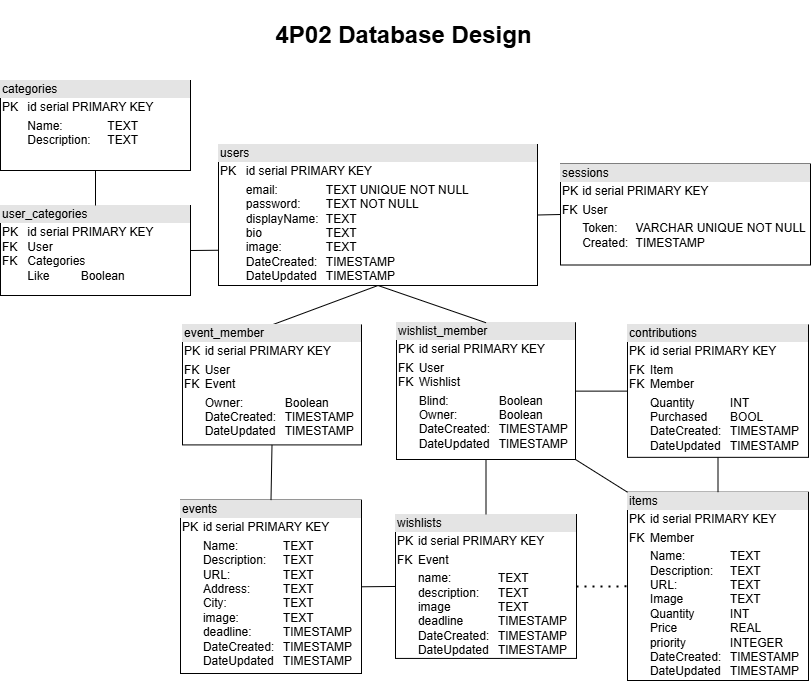
Earlier version of the draw.io export backend/4P02-Database-UML.png (Nicholas-Parise/4P02-course-project). Source tidied: cells renumbered, new cells last; positions are measured from the earlier drawing's top-left corner, leaving out a move shared by most shapes.
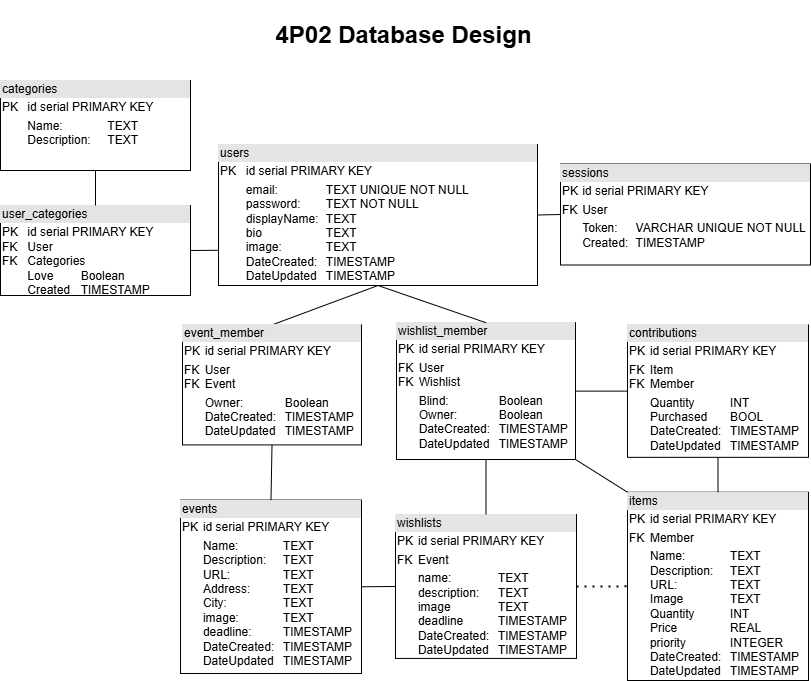
The same file after the commit.

Commit message:
fixed the return values and added another column to database

Diff of the diagram source:
```diff
@@ -11,7 +11,7 @@
     <mxCell id="4" value="&lt;div style=&quot;box-sizing: border-box; width: 100%; background: rgb(228, 228, 228); padding: 2px;&quot;&gt;categories&lt;/div&gt;&lt;table style=&quot;width:100%;font-size:1em;&quot; cellpadding=&quot;2&quot; cellspacing=&quot;0&quot;&gt;&lt;tbody&gt;&lt;tr&gt;&lt;td&gt;PK&lt;br&gt;&lt;/td&gt;&lt;td&gt;id serial PRIMARY KEY&lt;br&gt;&lt;/td&gt;&lt;/tr&gt;&lt;tr&gt;&lt;td&gt;&lt;br&gt;&lt;/td&gt;&lt;td&gt;Name:&lt;span style=&quot;white-space: pre;&quot;&gt;&#9;&lt;span style=&quot;white-space: pre;&quot;&gt;&#9;&lt;/span&gt;&lt;/span&gt;TEXT&lt;br&gt;Description:&lt;span style=&quot;white-space: pre;&quot;&gt;&#9;&lt;/span&gt;TEXT&lt;br&gt;&lt;/td&gt;&lt;/tr&gt;&lt;tr&gt;&lt;td&gt;&lt;/td&gt;&lt;td&gt;&lt;br&gt;&lt;/td&gt;&lt;/tr&gt;&lt;/tbody&gt;&lt;/table&gt;" style="verticalAlign=top;align=left;overflow=fill;html=1;whiteSpace=wrap;" parent="1" vertex="1">
       <mxGeometry y="80" width="190" height="90" as="geometry" />
     </mxCell>
-    <mxCell id="5" value="&lt;div style=&quot;box-sizing: border-box; width: 100%; background: rgb(228, 228, 228); padding: 2px;&quot;&gt;user_categories&lt;/div&gt;&lt;table style=&quot;width:100%;font-size:1em;&quot; cellpadding=&quot;2&quot; cellspacing=&quot;0&quot;&gt;&lt;tbody&gt;&lt;tr&gt;&lt;td&gt;PK&lt;br&gt;FK&lt;br&gt;FK&lt;br&gt;&lt;br&gt;&lt;/td&gt;&lt;td&gt;id serial PRIMARY KEY&lt;br&gt;User&lt;br&gt;Categories&lt;br&gt;Like&lt;span style=&quot;white-space: pre;&quot;&gt;&#9;&lt;/span&gt;&lt;span style=&quot;white-space: pre;&quot;&gt;&#9;&lt;/span&gt;Boolean&lt;/td&gt;&lt;/tr&gt;&lt;tr&gt;&lt;td&gt;&lt;/td&gt;&lt;td&gt;&lt;br&gt;&lt;/td&gt;&lt;/tr&gt;&lt;/tbody&gt;&lt;/table&gt;" style="verticalAlign=top;align=left;overflow=fill;html=1;whiteSpace=wrap;" parent="1" vertex="1">
+    <mxCell id="5" value="&lt;div style=&quot;box-sizing: border-box; width: 100%; background: rgb(228, 228, 228); padding: 2px;&quot;&gt;user_categories&lt;/div&gt;&lt;table style=&quot;width:100%;font-size:1em;&quot; cellpadding=&quot;2&quot; cellspacing=&quot;0&quot;&gt;&lt;tbody&gt;&lt;tr&gt;&lt;td&gt;PK&lt;br&gt;FK&lt;br&gt;FK&lt;br&gt;&lt;br&gt;&lt;br&gt;&lt;/td&gt;&lt;td&gt;id serial PRIMARY KEY&lt;br&gt;User&lt;br&gt;Categories&lt;br&gt;Love&lt;span style=&quot;white-space: pre;&quot;&gt;&#9;&lt;/span&gt;Boolean&lt;br&gt;Created&amp;nbsp;&lt;span style=&quot;white-space: pre;&quot;&gt;&#9;&lt;/span&gt;TIMESTAMP&lt;/td&gt;&lt;/tr&gt;&lt;tr&gt;&lt;td&gt;&lt;/td&gt;&lt;td&gt;&lt;br&gt;&lt;/td&gt;&lt;/tr&gt;&lt;/tbody&gt;&lt;/table&gt;" style="verticalAlign=top;align=left;overflow=fill;html=1;whiteSpace=wrap;" parent="1" vertex="1">
       <mxGeometry y="205" width="190" height="90" as="geometry" />
     </mxCell>
     <mxCell id="6" style="endArrow=none;html=1;rounded=0;exitX=0;exitY=0.75;exitDx=0;exitDy=0;entryX=1;entryY=0.5;entryDx=0;entryDy=0;" parent="1" edge="1" source="2" target="5">
```
